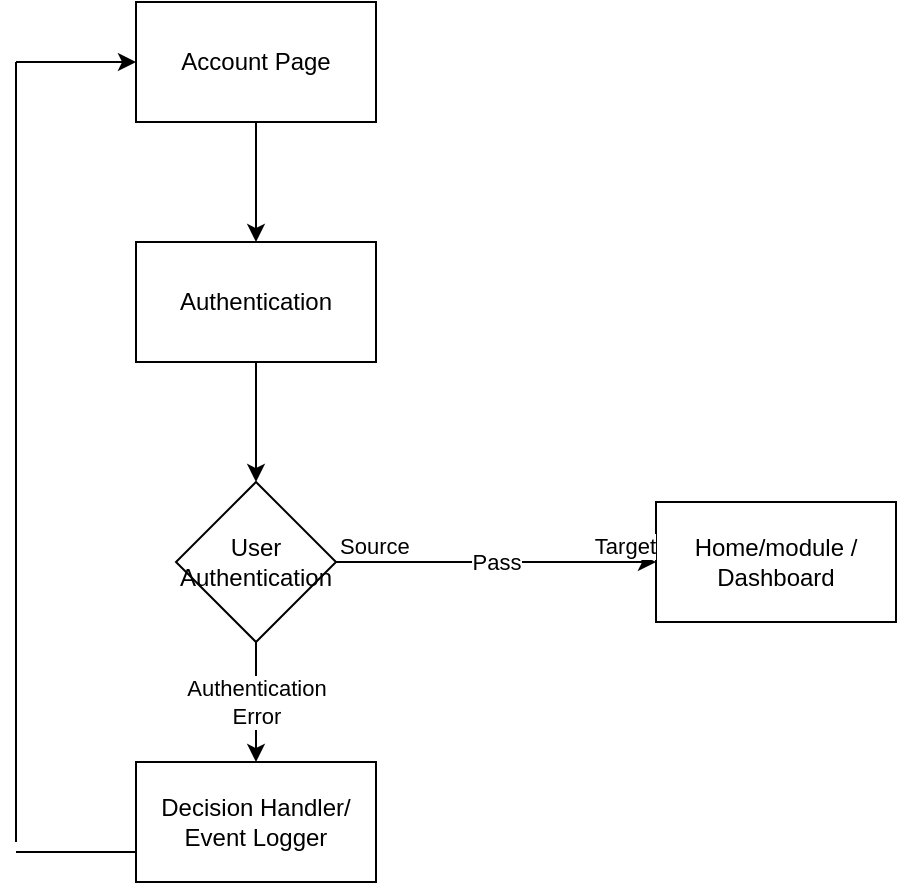
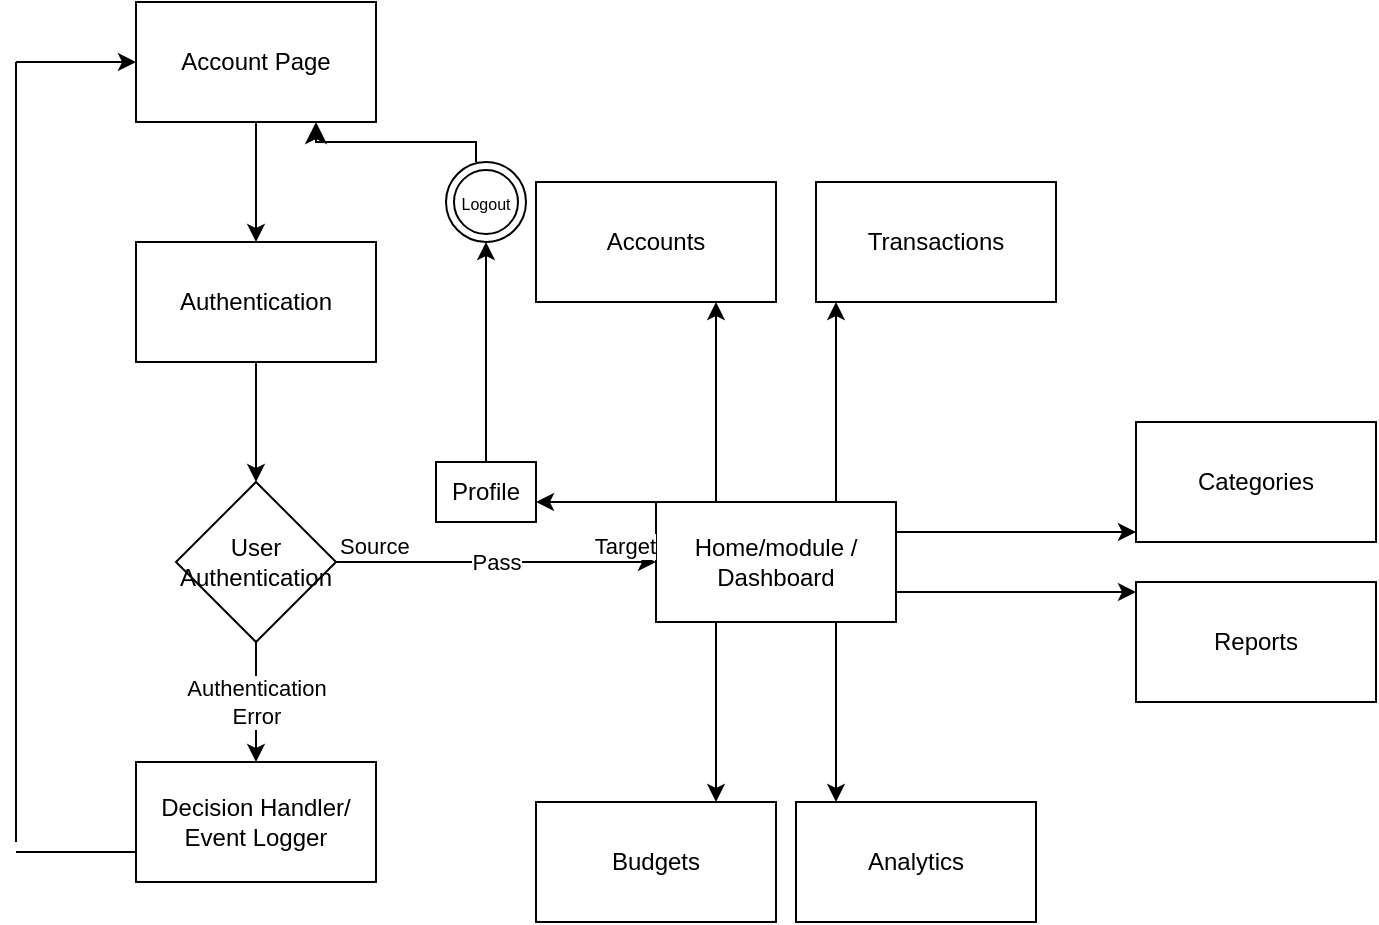
<mxfile host="app.diagrams.net" agent="Mozilla/5.0 (Windows NT 10.0; Win64; x64) AppleWebKit/537.36 (KHTML, like Gecko) Chrome/139.0.0.0 Safari/537.36" version="28.1.0">
  <diagram name="Page-1" id="GulApN4WPxvMzPRhlIXC">
    <mxGraphModel dx="1881" dy="541" grid="1" gridSize="10" guides="1" tooltips="1" connect="1" arrows="1" fold="1" page="1" pageScale="1" pageWidth="850" pageHeight="1100" math="0" shadow="0">
      <root>
        <mxCell id="0" />
        <mxCell id="1" parent="0" />
        <mxCell id="rlmv7btFgNykXjglH9dx-1" value="Account Page" style="rounded=0;whiteSpace=wrap;html=1;" parent="1" vertex="1">
          <mxGeometry x="20" y="80" width="120" height="60" as="geometry" />
        </mxCell>
        <mxCell id="rlmv7btFgNykXjglH9dx-2" value="" style="endArrow=classic;html=1;rounded=0;exitX=0.5;exitY=1;exitDx=0;exitDy=0;entryX=0.5;entryY=0;entryDx=0;entryDy=0;" parent="1" source="rlmv7btFgNykXjglH9dx-1" target="rlmv7btFgNykXjglH9dx-4" edge="1">
          <mxGeometry width="50" height="50" relative="1" as="geometry">
            <mxPoint x="90" y="150" as="sourcePoint" />
            <mxPoint x="240" y="110" as="targetPoint" />
          </mxGeometry>
        </mxCell>
        <mxCell id="rlmv7btFgNykXjglH9dx-4" value="Authentication" style="rounded=0;whiteSpace=wrap;html=1;" parent="1" vertex="1">
          <mxGeometry x="20" y="200" width="120" height="60" as="geometry" />
        </mxCell>
        <mxCell id="rlmv7btFgNykXjglH9dx-6" value="User Authentication" style="rhombus;whiteSpace=wrap;html=1;" parent="1" vertex="1">
          <mxGeometry x="40" y="320" width="80" height="80" as="geometry" />
        </mxCell>
        <mxCell id="rlmv7btFgNykXjglH9dx-7" value="" style="endArrow=classic;html=1;rounded=0;exitX=0.5;exitY=1;exitDx=0;exitDy=0;" parent="1" source="rlmv7btFgNykXjglH9dx-4" target="rlmv7btFgNykXjglH9dx-6" edge="1">
          <mxGeometry width="50" height="50" relative="1" as="geometry">
            <mxPoint x="80" y="280" as="sourcePoint" />
            <mxPoint x="130" y="230" as="targetPoint" />
          </mxGeometry>
        </mxCell>
        <mxCell id="rlmv7btFgNykXjglH9dx-11" value="Home/module / Dashboard" style="rounded=0;whiteSpace=wrap;html=1;" parent="1" vertex="1">
          <mxGeometry x="280" y="330" width="120" height="60" as="geometry" />
        </mxCell>
        <mxCell id="rlmv7btFgNykXjglH9dx-12" value="Pass" style="endArrow=classic;html=1;rounded=0;entryX=0;entryY=0.5;entryDx=0;entryDy=0;" parent="1" target="rlmv7btFgNykXjglH9dx-11" edge="1">
          <mxGeometry relative="1" as="geometry">
            <mxPoint x="120" y="360" as="sourcePoint" />
            <mxPoint x="240" y="360" as="targetPoint" />
          </mxGeometry>
        </mxCell>
        <mxCell id="rlmv7btFgNykXjglH9dx-14" value="Source" style="edgeLabel;resizable=0;html=1;;align=left;verticalAlign=bottom;" parent="rlmv7btFgNykXjglH9dx-12" connectable="0" vertex="1">
          <mxGeometry x="-1" relative="1" as="geometry" />
        </mxCell>
        <mxCell id="rlmv7btFgNykXjglH9dx-15" value="Target" style="edgeLabel;resizable=0;html=1;;align=right;verticalAlign=bottom;" parent="rlmv7btFgNykXjglH9dx-12" connectable="0" vertex="1">
          <mxGeometry x="1" relative="1" as="geometry" />
        </mxCell>
        <mxCell id="rlmv7btFgNykXjglH9dx-16" value="Decision Handler/ Event Logger" style="rounded=0;whiteSpace=wrap;html=1;" parent="1" vertex="1">
          <mxGeometry x="20" y="460" width="120" height="60" as="geometry" />
        </mxCell>
        <mxCell id="rlmv7btFgNykXjglH9dx-18" value="" style="endArrow=classic;html=1;rounded=0;exitX=0.5;exitY=1;exitDx=0;exitDy=0;entryX=0.5;entryY=0;entryDx=0;entryDy=0;" parent="1" source="rlmv7btFgNykXjglH9dx-6" target="rlmv7btFgNykXjglH9dx-16" edge="1">
          <mxGeometry relative="1" as="geometry">
            <mxPoint x="240" y="450" as="sourcePoint" />
            <mxPoint x="400" y="450" as="targetPoint" />
          </mxGeometry>
        </mxCell>
        <mxCell id="rlmv7btFgNykXjglH9dx-19" value="Authentication&lt;div&gt;Error&lt;/div&gt;" style="edgeLabel;resizable=0;html=1;;align=center;verticalAlign=middle;" parent="rlmv7btFgNykXjglH9dx-18" connectable="0" vertex="1">
          <mxGeometry relative="1" as="geometry" />
        </mxCell>
        <mxCell id="rlmv7btFgNykXjglH9dx-24" value="" style="endArrow=classic;html=1;rounded=0;entryX=0;entryY=0.5;entryDx=0;entryDy=0;" parent="1" target="rlmv7btFgNykXjglH9dx-1" edge="1">
          <mxGeometry width="50" height="50" relative="1" as="geometry">
            <mxPoint x="-40" y="110" as="sourcePoint" />
            <mxPoint x="220" y="240" as="targetPoint" />
          </mxGeometry>
        </mxCell>
        <mxCell id="rlmv7btFgNykXjglH9dx-26" value="" style="endArrow=none;html=1;rounded=0;" parent="1" edge="1">
          <mxGeometry width="50" height="50" relative="1" as="geometry">
            <mxPoint x="-40" y="110" as="sourcePoint" />
            <mxPoint x="-40" y="500" as="targetPoint" />
          </mxGeometry>
        </mxCell>
        <mxCell id="rlmv7btFgNykXjglH9dx-28" value="" style="endArrow=none;html=1;rounded=0;" parent="1" edge="1">
          <mxGeometry width="50" height="50" relative="1" as="geometry">
            <mxPoint x="-40" y="505" as="sourcePoint" />
            <mxPoint x="20" y="505" as="targetPoint" />
          </mxGeometry>
        </mxCell>
+         <mxCell id="tjxwa1OgpTy0bqbMmFWm-2" value="" style="endArrow=classic;html=1;rounded=0;exitX=0.25;exitY=0;exitDx=0;exitDy=0;entryX=0.75;entryY=1;entryDx=0;entryDy=0;" edge="1" parent="1" source="rlmv7btFgNykXjglH9dx-11" target="tjxwa1OgpTy0bqbMmFWm-3">
+           <mxGeometry width="50" height="50" relative="1" as="geometry">
+             <mxPoint x="320" y="310" as="sourcePoint" />
+             <mxPoint x="340" y="240" as="targetPoint" />
+             <Array as="points" />
+           </mxGeometry>
+         </mxCell>
+         <mxCell id="tjxwa1OgpTy0bqbMmFWm-3" value="Accounts" style="rounded=0;whiteSpace=wrap;html=1;" vertex="1" parent="1">
+           <mxGeometry x="220" y="170" width="120" height="60" as="geometry" />
+         </mxCell>
+         <mxCell id="tjxwa1OgpTy0bqbMmFWm-4" value="Budgets" style="rounded=0;whiteSpace=wrap;html=1;" vertex="1" parent="1">
+           <mxGeometry x="220" y="480" width="120" height="60" as="geometry" />
+         </mxCell>
+         <mxCell id="tjxwa1OgpTy0bqbMmFWm-5" value="" style="endArrow=classic;html=1;rounded=0;exitX=0.25;exitY=1;exitDx=0;exitDy=0;entryX=0.75;entryY=0;entryDx=0;entryDy=0;" edge="1" parent="1" source="rlmv7btFgNykXjglH9dx-11" target="tjxwa1OgpTy0bqbMmFWm-4">
+           <mxGeometry width="50" height="50" relative="1" as="geometry">
+             <mxPoint x="350" y="450" as="sourcePoint" />
+             <mxPoint x="280" y="470" as="targetPoint" />
+           </mxGeometry>
+         </mxCell>
+         <mxCell id="tjxwa1OgpTy0bqbMmFWm-6" value="" style="endArrow=classic;html=1;rounded=0;exitX=1;exitY=0.25;exitDx=0;exitDy=0;" edge="1" parent="1" source="rlmv7btFgNykXjglH9dx-11">
+           <mxGeometry width="50" height="50" relative="1" as="geometry">
+             <mxPoint x="460" y="350" as="sourcePoint" />
+             <mxPoint x="520" y="345" as="targetPoint" />
+           </mxGeometry>
+         </mxCell>
+         <mxCell id="tjxwa1OgpTy0bqbMmFWm-7" value="" style="endArrow=classic;html=1;rounded=0;exitX=0.75;exitY=1;exitDx=0;exitDy=0;" edge="1" parent="1" source="rlmv7btFgNykXjglH9dx-11">
+           <mxGeometry width="50" height="50" relative="1" as="geometry">
+             <mxPoint x="470" y="420" as="sourcePoint" />
+             <mxPoint x="370" y="480" as="targetPoint" />
+           </mxGeometry>
+         </mxCell>
+         <mxCell id="tjxwa1OgpTy0bqbMmFWm-8" value="Analytics" style="rounded=0;whiteSpace=wrap;html=1;" vertex="1" parent="1">
+           <mxGeometry x="350" y="480" width="120" height="60" as="geometry" />
+         </mxCell>
+         <mxCell id="tjxwa1OgpTy0bqbMmFWm-9" value="Categories" style="rounded=0;whiteSpace=wrap;html=1;" vertex="1" parent="1">
+           <mxGeometry x="520" y="290" width="120" height="60" as="geometry" />
+         </mxCell>
+         <mxCell id="tjxwa1OgpTy0bqbMmFWm-10" value="" style="endArrow=classic;html=1;rounded=0;exitX=1;exitY=0.75;exitDx=0;exitDy=0;" edge="1" parent="1" source="rlmv7btFgNykXjglH9dx-11">
+           <mxGeometry width="50" height="50" relative="1" as="geometry">
+             <mxPoint x="480" y="430" as="sourcePoint" />
+             <mxPoint x="520" y="375" as="targetPoint" />
+           </mxGeometry>
+         </mxCell>
+         <mxCell id="tjxwa1OgpTy0bqbMmFWm-11" value="Reports" style="rounded=0;whiteSpace=wrap;html=1;" vertex="1" parent="1">
+           <mxGeometry x="520" y="370" width="120" height="60" as="geometry" />
+         </mxCell>
+         <mxCell id="tjxwa1OgpTy0bqbMmFWm-12" value="" style="endArrow=classic;html=1;rounded=0;exitX=0.75;exitY=0;exitDx=0;exitDy=0;" edge="1" parent="1" source="rlmv7btFgNykXjglH9dx-11">
+           <mxGeometry width="50" height="50" relative="1" as="geometry">
+             <mxPoint x="380" y="310" as="sourcePoint" />
+             <mxPoint x="370" y="230" as="targetPoint" />
+           </mxGeometry>
+         </mxCell>
+         <mxCell id="tjxwa1OgpTy0bqbMmFWm-13" value="Transactions" style="rounded=0;whiteSpace=wrap;html=1;" vertex="1" parent="1">
+           <mxGeometry x="360" y="170" width="120" height="60" as="geometry" />
+         </mxCell>
+         <mxCell id="tjxwa1OgpTy0bqbMmFWm-15" value="" style="endArrow=classic;html=1;rounded=0;exitX=0;exitY=0;exitDx=0;exitDy=0;" edge="1" parent="1" source="rlmv7btFgNykXjglH9dx-11">
+           <mxGeometry width="50" height="50" relative="1" as="geometry">
+             <mxPoint x="180" y="310" as="sourcePoint" />
+             <mxPoint x="220" y="330" as="targetPoint" />
+           </mxGeometry>
+         </mxCell>
+         <mxCell id="tjxwa1OgpTy0bqbMmFWm-16" value="Profile" style="rounded=0;whiteSpace=wrap;html=1;" vertex="1" parent="1">
+           <mxGeometry x="170" y="310" width="50" height="30" as="geometry" />
+         </mxCell>
+         <mxCell id="tjxwa1OgpTy0bqbMmFWm-17" value="" style="endArrow=classic;html=1;rounded=0;exitX=0.5;exitY=0;exitDx=0;exitDy=0;" edge="1" parent="1" source="tjxwa1OgpTy0bqbMmFWm-16">
+           <mxGeometry width="50" height="50" relative="1" as="geometry">
+             <mxPoint x="160" y="300" as="sourcePoint" />
+             <mxPoint x="195" y="200" as="targetPoint" />
+           </mxGeometry>
+         </mxCell>
+         <mxCell id="tjxwa1OgpTy0bqbMmFWm-18" value="&lt;font style=&quot;font-size: 8px;&quot;&gt;Logout&lt;/font&gt;" style="ellipse;shape=doubleEllipse;whiteSpace=wrap;html=1;aspect=fixed;" vertex="1" parent="1">
+           <mxGeometry x="175" y="160" width="40" height="40" as="geometry" />
+         </mxCell>
+         <mxCell id="tjxwa1OgpTy0bqbMmFWm-20" value="" style="edgeStyle=elbowEdgeStyle;elbow=vertical;endArrow=classic;html=1;curved=0;rounded=0;endSize=8;startSize=8;entryX=0.75;entryY=1;entryDx=0;entryDy=0;" edge="1" parent="1" target="rlmv7btFgNykXjglH9dx-1">
+           <mxGeometry width="50" height="50" relative="1" as="geometry">
+             <mxPoint x="190" y="160" as="sourcePoint" />
+             <mxPoint x="240" y="110" as="targetPoint" />
+           </mxGeometry>
+         </mxCell>
      </root>
    </mxGraphModel>
  </diagram>
</mxfile>
